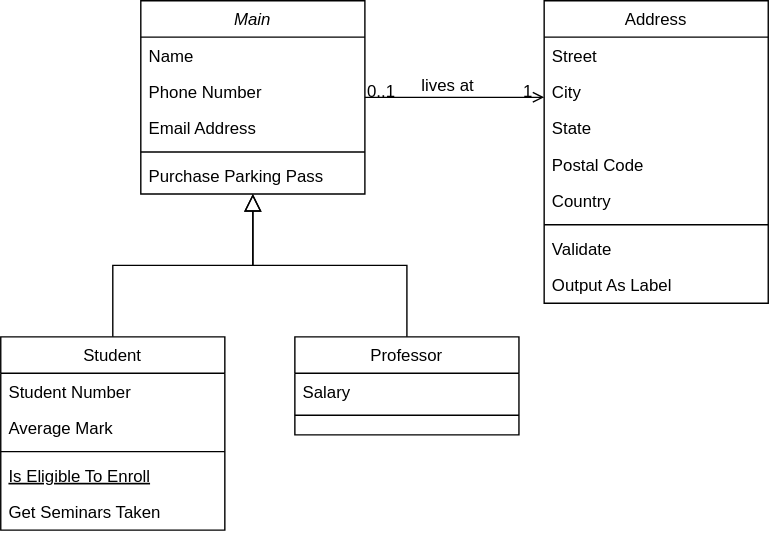
This is ClassDiagram.svg from buddywhitman/flatcalc, a draw.io export, as it was before one commit. Source tidied: cells renumbered, new cells last; positions are measured from the earlier drawing's top-left corner, leaving out a move shared by most shapes. Its diagram source:
```xml
<mxGraphModel>
  <root>
    <mxCell id="0" />
    <mxCell id="1" parent="0" />
    <mxCell id="2" value="Main" style="swimlane;fontStyle=2;align=center;verticalAlign=top;horizontal=1;startSize=26;rounded=0;shadow=0;strokeWidth=1;" parent="1" vertex="1">
      <mxGeometry x="100" width="160" height="138" as="geometry" />
    </mxCell>
    <mxCell id="3" value="Name" style="text;align=left;verticalAlign=top;spacingLeft=4;spacingRight=4;overflow=hidden;" parent="2" vertex="1">
      <mxGeometry y="26" width="160" height="26" as="geometry" />
    </mxCell>
    <mxCell id="4" value="Phone Number" style="text;align=left;verticalAlign=top;spacingLeft=4;spacingRight=4;overflow=hidden;rounded=0;shadow=0;html=0;" parent="2" vertex="1">
      <mxGeometry y="52" width="160" height="26" as="geometry" />
    </mxCell>
    <mxCell id="5" value="Email Address" style="text;align=left;verticalAlign=top;spacingLeft=4;spacingRight=4;overflow=hidden;rounded=0;shadow=0;html=0;" parent="2" vertex="1">
      <mxGeometry y="78" width="160" height="26" as="geometry" />
    </mxCell>
    <mxCell id="6" style="line;html=1;strokeWidth=1;align=left;verticalAlign=middle;spacingTop=-1;spacingLeft=3;spacingRight=3;labelPosition=right;" parent="2" vertex="1">
      <mxGeometry y="104" width="160" height="8" as="geometry" />
    </mxCell>
    <mxCell id="7" value="Purchase Parking Pass" style="text;align=left;verticalAlign=top;spacingLeft=4;spacingRight=4;overflow=hidden;" parent="2" vertex="1">
      <mxGeometry y="112" width="160" height="26" as="geometry" />
    </mxCell>
    <mxCell id="8" value="Student" style="swimlane;fontStyle=0;align=center;verticalAlign=top;horizontal=1;startSize=26;rounded=0;shadow=0;strokeWidth=1;" parent="1" vertex="1">
      <mxGeometry y="240" width="160" height="138" as="geometry" />
    </mxCell>
    <mxCell id="9" value="Student Number" style="text;align=left;verticalAlign=top;spacingLeft=4;spacingRight=4;overflow=hidden;" parent="8" vertex="1">
      <mxGeometry y="26" width="160" height="26" as="geometry" />
    </mxCell>
    <mxCell id="10" value="Average Mark" style="text;align=left;verticalAlign=top;spacingLeft=4;spacingRight=4;overflow=hidden;rounded=0;shadow=0;html=0;" parent="8" vertex="1">
      <mxGeometry y="52" width="160" height="26" as="geometry" />
    </mxCell>
    <mxCell id="11" style="line;html=1;strokeWidth=1;align=left;verticalAlign=middle;spacingTop=-1;spacingLeft=3;spacingRight=3;labelPosition=right;" parent="8" vertex="1">
      <mxGeometry y="78" width="160" height="8" as="geometry" />
    </mxCell>
    <mxCell id="12" value="Is Eligible To Enroll" style="text;align=left;verticalAlign=top;spacingLeft=4;spacingRight=4;overflow=hidden;fontStyle=4;" parent="8" vertex="1">
      <mxGeometry y="86" width="160" height="26" as="geometry" />
    </mxCell>
    <mxCell id="13" value="Get Seminars Taken" style="text;align=left;verticalAlign=top;spacingLeft=4;spacingRight=4;overflow=hidden;" parent="8" vertex="1">
      <mxGeometry y="112" width="160" height="26" as="geometry" />
    </mxCell>
    <mxCell id="14" style="endArrow=block;endSize=10;endFill=0;shadow=0;strokeWidth=1;rounded=0;edgeStyle=elbowEdgeStyle;elbow=vertical;" parent="1" edge="1" source="8" target="2">
      <mxGeometry relative="1" as="geometry" />
    </mxCell>
    <mxCell id="15" value="Professor" style="swimlane;fontStyle=0;align=center;verticalAlign=top;horizontal=1;startSize=26;rounded=0;shadow=0;strokeWidth=1;" parent="1" vertex="1">
      <mxGeometry x="210" y="240" width="160" height="70" as="geometry" />
    </mxCell>
    <mxCell id="16" value="Salary" style="text;align=left;verticalAlign=top;spacingLeft=4;spacingRight=4;overflow=hidden;" parent="15" vertex="1">
      <mxGeometry y="26" width="160" height="26" as="geometry" />
    </mxCell>
    <mxCell id="17" style="line;html=1;strokeWidth=1;align=left;verticalAlign=middle;spacingTop=-1;spacingLeft=3;spacingRight=3;labelPosition=right;" parent="15" vertex="1">
      <mxGeometry y="52" width="160" height="8" as="geometry" />
    </mxCell>
    <mxCell id="18" style="endArrow=block;endSize=10;endFill=0;shadow=0;strokeWidth=1;rounded=0;edgeStyle=elbowEdgeStyle;elbow=vertical;" parent="1" edge="1" source="15" target="2">
      <mxGeometry relative="1" as="geometry" />
    </mxCell>
    <mxCell id="19" value="Address" style="swimlane;fontStyle=0;align=center;verticalAlign=top;horizontal=1;startSize=26;rounded=0;shadow=0;strokeWidth=1;" parent="1" vertex="1">
      <mxGeometry x="388" width="160" height="216" as="geometry" />
    </mxCell>
    <mxCell id="20" value="Street" style="text;align=left;verticalAlign=top;spacingLeft=4;spacingRight=4;overflow=hidden;" parent="19" vertex="1">
      <mxGeometry y="26" width="160" height="26" as="geometry" />
    </mxCell>
    <mxCell id="21" value="City" style="text;align=left;verticalAlign=top;spacingLeft=4;spacingRight=4;overflow=hidden;rounded=0;shadow=0;html=0;" parent="19" vertex="1">
      <mxGeometry y="52" width="160" height="26" as="geometry" />
    </mxCell>
    <mxCell id="22" value="State" style="text;align=left;verticalAlign=top;spacingLeft=4;spacingRight=4;overflow=hidden;rounded=0;shadow=0;html=0;" parent="19" vertex="1">
      <mxGeometry y="78" width="160" height="26" as="geometry" />
    </mxCell>
    <mxCell id="23" value="Postal Code" style="text;align=left;verticalAlign=top;spacingLeft=4;spacingRight=4;overflow=hidden;rounded=0;shadow=0;html=0;" parent="19" vertex="1">
      <mxGeometry y="104" width="160" height="26" as="geometry" />
    </mxCell>
    <mxCell id="24" value="Country" style="text;align=left;verticalAlign=top;spacingLeft=4;spacingRight=4;overflow=hidden;rounded=0;shadow=0;html=0;" parent="19" vertex="1">
      <mxGeometry y="130" width="160" height="26" as="geometry" />
    </mxCell>
    <mxCell id="25" style="line;html=1;strokeWidth=1;align=left;verticalAlign=middle;spacingTop=-1;spacingLeft=3;spacingRight=3;labelPosition=right;" parent="19" vertex="1">
      <mxGeometry y="156" width="160" height="8" as="geometry" />
    </mxCell>
    <mxCell id="26" value="Validate" style="text;align=left;verticalAlign=top;spacingLeft=4;spacingRight=4;overflow=hidden;" parent="19" vertex="1">
      <mxGeometry y="164" width="160" height="26" as="geometry" />
    </mxCell>
    <mxCell id="27" value="Output As Label" style="text;align=left;verticalAlign=top;spacingLeft=4;spacingRight=4;overflow=hidden;" parent="19" vertex="1">
      <mxGeometry y="190" width="160" height="26" as="geometry" />
    </mxCell>
    <mxCell id="28" style="endArrow=open;shadow=0;strokeWidth=1;rounded=0;endFill=1;edgeStyle=elbowEdgeStyle;elbow=vertical;" parent="1" edge="1" source="2" target="19">
      <mxGeometry x="0.5" y="41" relative="1" as="geometry">
        <mxPoint x="-40" y="32" as="offset" />
      </mxGeometry>
    </mxCell>
    <mxCell id="29" value="0..1" style="align=left;verticalAlign=bottom;labelBackgroundColor=none;fontSize=12;" parent="28" vertex="1">
      <mxGeometry x="-1" relative="1" as="geometry">
        <mxPoint y="4" as="offset" />
      </mxGeometry>
    </mxCell>
    <mxCell id="30" value="1" style="align=right;verticalAlign=bottom;labelBackgroundColor=none;fontSize=12;" parent="28" vertex="1">
      <mxGeometry x="1" relative="1" as="geometry">
        <mxPoint x="-7" y="4" as="offset" />
      </mxGeometry>
    </mxCell>
    <mxCell id="31" value="lives at" style="text;html=1;align=center;verticalAlign=middle;labelBackgroundColor=none;rounded=0;shadow=0;strokeWidth=1;fontSize=12;" parent="28" vertex="1">
      <mxGeometry x="0.5" y="49" relative="1" as="geometry">
        <mxPoint x="-38" y="40" as="offset" />
      </mxGeometry>
    </mxCell>
  </root>
</mxGraphModel>
```
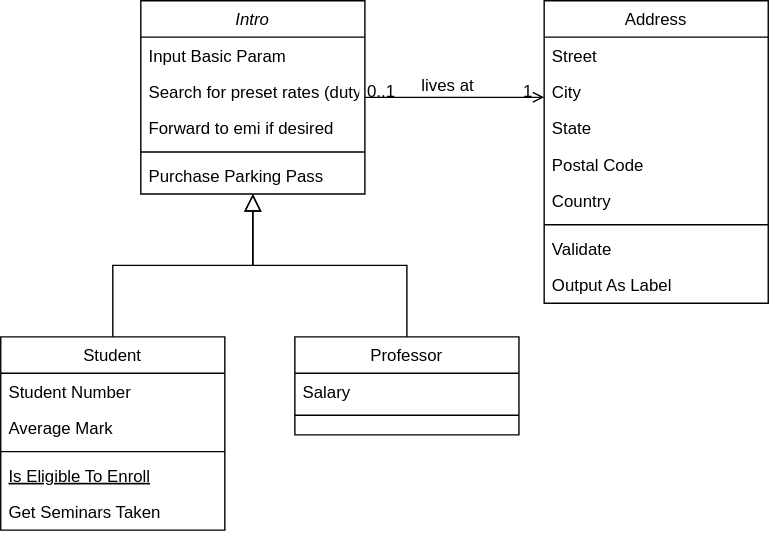
Later version of the same file.

Diff of the diagram source:
```diff
@@ -2,16 +2,16 @@
   <root>
     <mxCell id="0" />
     <mxCell id="1" parent="0" />
-    <mxCell id="2" value="Main" style="swimlane;fontStyle=2;align=center;verticalAlign=top;horizontal=1;startSize=26;rounded=0;shadow=0;strokeWidth=1;" parent="1" vertex="1">
+    <mxCell id="2" value="Intro" style="swimlane;fontStyle=2;align=center;verticalAlign=top;horizontal=1;startSize=26;rounded=0;shadow=0;strokeWidth=1;" parent="1" vertex="1">
       <mxGeometry x="100" width="160" height="138" as="geometry" />
     </mxCell>
-    <mxCell id="3" value="Name" style="text;align=left;verticalAlign=top;spacingLeft=4;spacingRight=4;overflow=hidden;" parent="2" vertex="1">
+    <mxCell id="3" value="Input Basic Param" style="text;align=left;verticalAlign=top;spacingLeft=4;spacingRight=4;overflow=hidden;" parent="2" vertex="1">
       <mxGeometry y="26" width="160" height="26" as="geometry" />
     </mxCell>
-    <mxCell id="4" value="Phone Number" style="text;align=left;verticalAlign=top;spacingLeft=4;spacingRight=4;overflow=hidden;rounded=0;shadow=0;html=0;" parent="2" vertex="1">
+    <mxCell id="4" value="Search for preset rates (duty)" style="text;align=left;verticalAlign=top;spacingLeft=4;spacingRight=4;overflow=hidden;rounded=0;shadow=0;html=0;" parent="2" vertex="1">
       <mxGeometry y="52" width="160" height="26" as="geometry" />
     </mxCell>
-    <mxCell id="5" value="Email Address" style="text;align=left;verticalAlign=top;spacingLeft=4;spacingRight=4;overflow=hidden;rounded=0;shadow=0;html=0;" parent="2" vertex="1">
+    <mxCell id="5" value="Forward to emi if desired" style="text;align=left;verticalAlign=top;spacingLeft=4;spacingRight=4;overflow=hidden;rounded=0;shadow=0;html=0;" parent="2" vertex="1">
       <mxGeometry y="78" width="160" height="26" as="geometry" />
     </mxCell>
     <mxCell id="6" style="line;html=1;strokeWidth=1;align=left;verticalAlign=middle;spacingTop=-1;spacingLeft=3;spacingRight=3;labelPosition=right;" parent="2" vertex="1">
```
